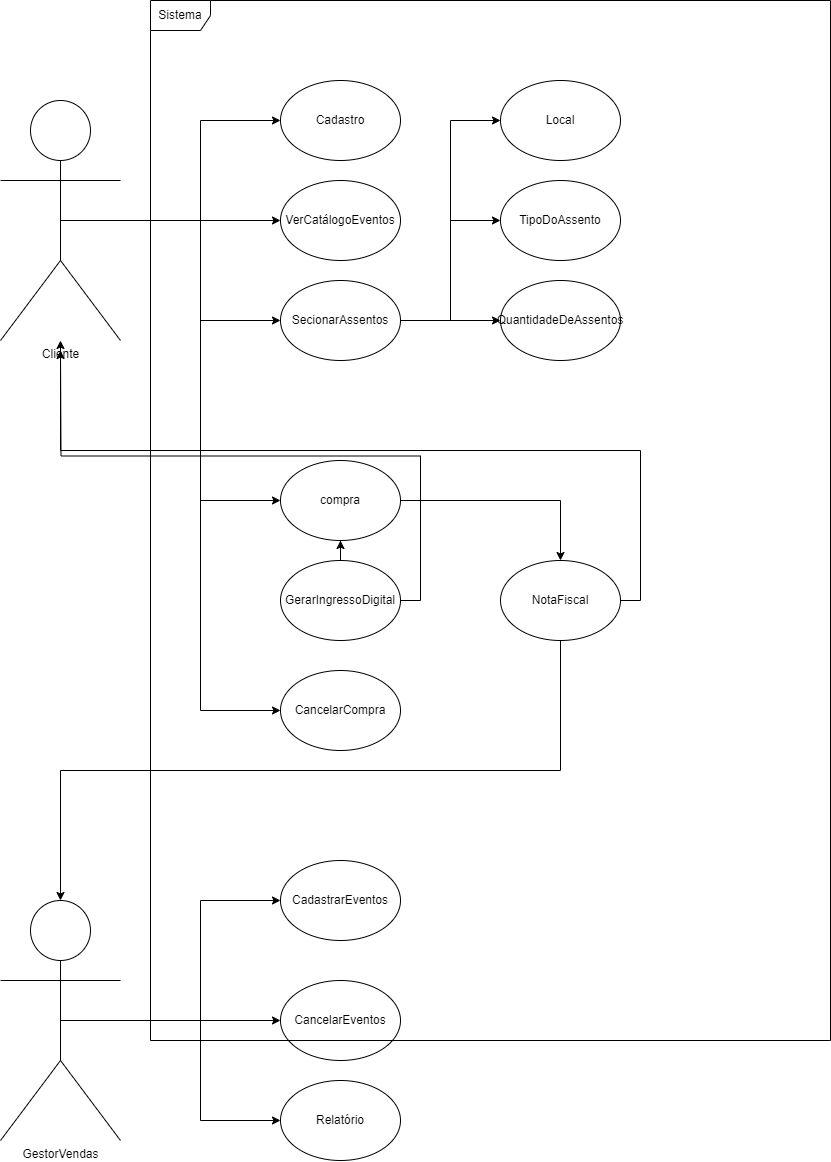
Earlier version of the draw.io export teste.drawio.png (Zaibam/Desenvolvimento-De-Sistemas-1). Source tidied: cells renumbered, new cells last; positions are measured from the earlier drawing's top-left corner, leaving out a move shared by most shapes.
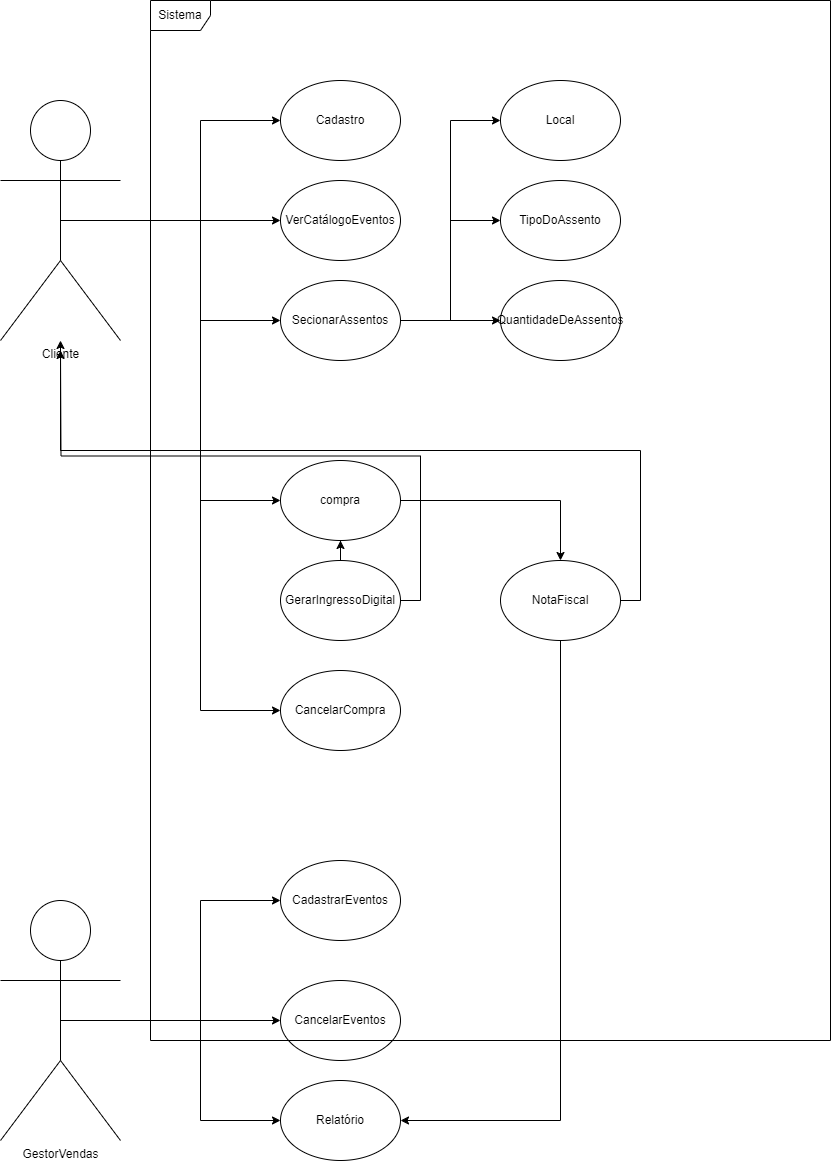
After the commit.

The edit, as a diff of the source:
```diff
@@ -79,7 +79,7 @@
     <mxCell id="26" value="GestorVendas" style="shape=umlActor;verticalLabelPosition=bottom;verticalAlign=top;html=1;outlineConnect=0;" parent="1" vertex="1">
       <mxGeometry y="900" width="120" height="240" as="geometry" />
     </mxCell>
-    <mxCell id="27" style="edgeStyle=orthogonalEdgeStyle;rounded=0;jettySize=auto;html=1;exitX=0.5;exitY=1;exitDx=0;exitDy=0;entryX=0.5;entryY=0;entryDx=0;entryDy=0;entryPerimeter=0;" parent="1" edge="1" source="22" target="26">
+    <mxCell id="27" style="edgeStyle=orthogonalEdgeStyle;rounded=0;jettySize=auto;html=1;exitX=0.5;exitY=1;exitDx=0;exitDy=0;entryX=1;entryY=0.5;entryDx=0;entryDy=0;" parent="1" edge="1" source="22" target="30">
       <mxGeometry relative="1" as="geometry" />
     </mxCell>
     <mxCell id="28" value="CancelarEventos" style="ellipse;whiteSpace=wrap;html=1;" parent="1" vertex="1">
```
